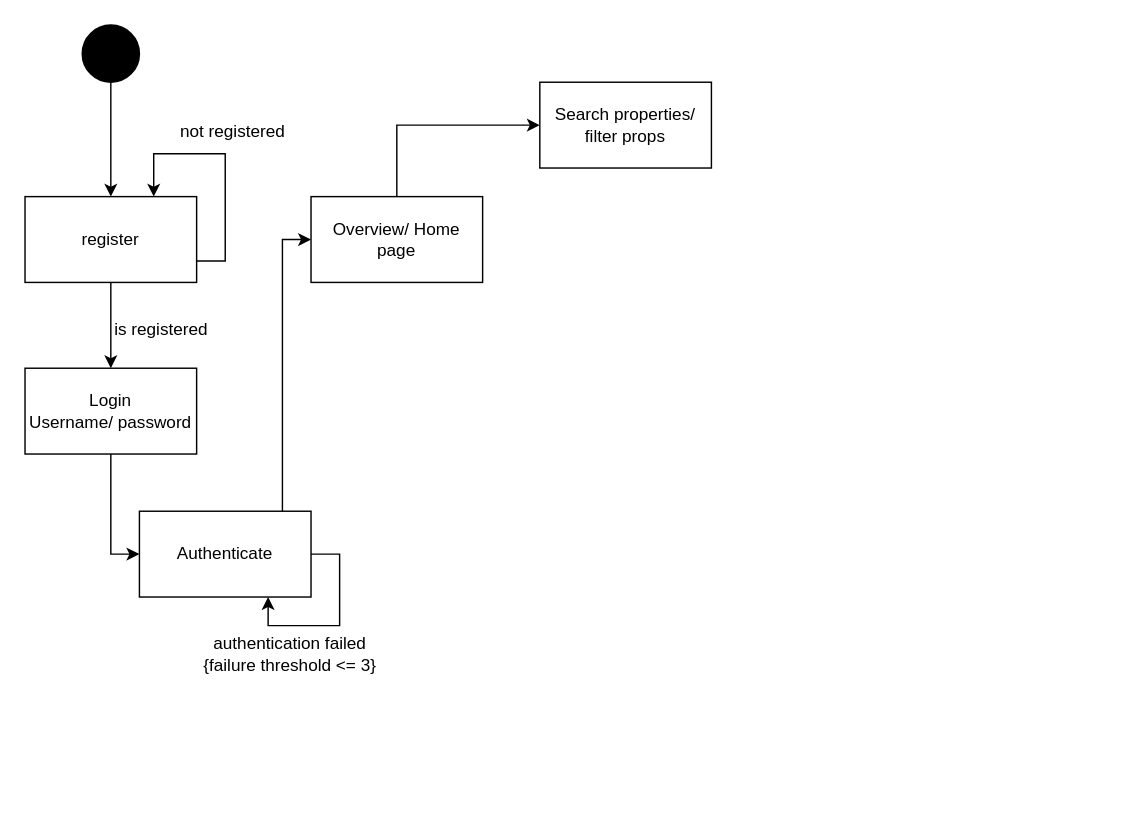
The draw.io diagram State Chart Diagram.drawio in Jainil2004/SEPM, before the edit. Source tidied: cells renumbered, new cells numbered last; positions are measured from the earlier drawing's top-left corner, leaving out a move shared by most shapes. Both pictures are drawn from the tidied source at 143%, with x=0, y=0 at pixel (24, 24).
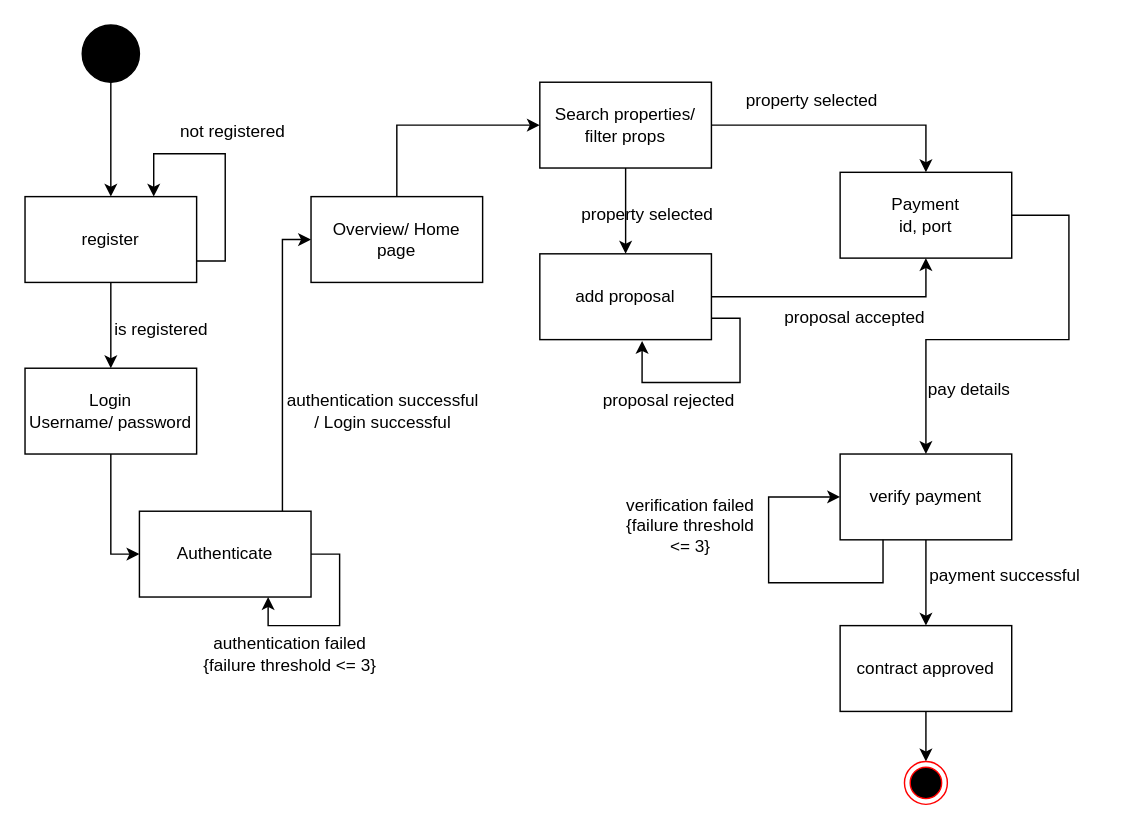
After the change.

The change refers to these unchanged cells:
```xml
<mxCell id="13" value="&lt;div&gt;Search properties/ &lt;br&gt;&lt;/div&gt;&lt;div&gt;filter props&lt;br&gt;&lt;/div&gt;" style="rounded=0;whiteSpace=wrap;html=1;" parent="1" vertex="1">
  <mxGeometry x="360" y="40" width="120" height="60" as="geometry" />
</mxCell>
```

The edit, as a diff of the source:
```diff
@@
+    <mxCell id="18" style="edgeStyle=orthogonalEdgeStyle;rounded=0;jettySize=auto;html=1;entryX=0.5;entryY=0;entryDx=0;entryDy=0;" parent="1" edge="1" source="13" target="22">
+      <mxGeometry relative="1" as="geometry" />
+    </mxCell>
+    <mxCell id="19" style="edgeStyle=orthogonalEdgeStyle;rounded=0;jettySize=auto;html=1;entryX=0.5;entryY=0;entryDx=0;entryDy=0;" parent="1" edge="1" source="13" target="27">
+      <mxGeometry relative="1" as="geometry" />
+    </mxCell>
@@
+    <mxCell id="20" value="&lt;div&gt;authentication successful&lt;/div&gt;&lt;div&gt;/ Login successful&lt;br&gt;&lt;/div&gt;" style="text;html=1;align=center;verticalAlign=middle;strokeColor=none;fillColor=none;" parent="1" vertex="1">
+      <mxGeometry x="170" y="250" width="160" height="40" as="geometry" />
+    </mxCell>
+    <mxCell id="21" style="edgeStyle=orthogonalEdgeStyle;rounded=0;jettySize=auto;html=1;entryX=0.5;entryY=1;entryDx=0;entryDy=0;" parent="1" edge="1" source="22" target="27">
+      <mxGeometry relative="1" as="geometry" />
+    </mxCell>
+    <mxCell id="22" value="add proposal " style="rounded=0;whiteSpace=wrap;html=1;" parent="1" vertex="1">
+      <mxGeometry x="360" y="160" width="120" height="60" as="geometry" />
+    </mxCell>
+    <mxCell id="23" value="property selected" style="text;html=1;align=center;verticalAlign=middle;strokeColor=none;fillColor=none;" parent="1" vertex="1">
+      <mxGeometry x="380" y="118" width="110" height="30" as="geometry" />
+    </mxCell>
+    <mxCell id="24" style="edgeStyle=orthogonalEdgeStyle;rounded=0;orthogonalLoop=1;jettySize=auto;html=1;exitX=1;exitY=0.75;exitDx=0;exitDy=0;entryX=0.596;entryY=1.015;entryDx=0;entryDy=0;entryPerimeter=0;" parent="1" edge="1" source="22" target="22">
+      <mxGeometry relative="1" as="geometry">
+        <Array as="points">
+          <mxPoint x="500" y="205" />
+          <mxPoint x="500" y="250" />
+          <mxPoint x="432" y="250" />
+        </Array>
+      </mxGeometry>
+    </mxCell>
+    <mxCell id="25" value="proposal rejected" style="text;html=1;align=center;verticalAlign=middle;strokeColor=none;fillColor=none;" parent="1" vertex="1">
+      <mxGeometry x="395" y="248" width="110" height="30" as="geometry" />
+    </mxCell>
+    <mxCell id="26" style="edgeStyle=orthogonalEdgeStyle;rounded=0;jettySize=auto;html=1;" parent="1" edge="1" source="27" target="31">
+      <mxGeometry relative="1" as="geometry">
+        <Array as="points">
+          <mxPoint x="730" y="133" />
+          <mxPoint x="730" y="220" />
+          <mxPoint x="630" y="220" />
+        </Array>
+      </mxGeometry>
+    </mxCell>
+    <mxCell id="27" value="&lt;div&gt;Payment&lt;/div&gt;&lt;div&gt;id, port&lt;br&gt;&lt;/div&gt;" style="rounded=0;whiteSpace=wrap;html=1;" parent="1" vertex="1">
+      <mxGeometry x="570" y="103" width="120" height="60" as="geometry" />
+    </mxCell>
+    <mxCell id="28" value="property selected" style="text;html=1;align=center;verticalAlign=middle;strokeColor=none;fillColor=none;" parent="1" vertex="1">
+      <mxGeometry x="495" y="38" width="110" height="30" as="geometry" />
+    </mxCell>
+    <mxCell id="29" value="proposal accepted" style="text;html=1;align=center;verticalAlign=middle;strokeColor=none;fillColor=none;" parent="1" vertex="1">
+      <mxGeometry x="520" y="190" width="120" height="30" as="geometry" />
+    </mxCell>
+    <mxCell id="30" style="edgeStyle=orthogonalEdgeStyle;rounded=0;jettySize=auto;html=1;entryX=0.5;entryY=0;entryDx=0;entryDy=0;" parent="1" edge="1" source="31" target="36">
+      <mxGeometry relative="1" as="geometry" />
+    </mxCell>
+    <mxCell id="31" value="verify payment" style="rounded=0;whiteSpace=wrap;html=1;" parent="1" vertex="1">
+      <mxGeometry x="570" y="300" width="120" height="60" as="geometry" />
+    </mxCell>
+    <mxCell id="32" value="pay details" style="text;html=1;align=center;verticalAlign=middle;strokeColor=none;fillColor=none;" parent="1" vertex="1">
+      <mxGeometry x="620" y="240" width="80" height="30" as="geometry" />
+    </mxCell>
+    <mxCell id="33" style="edgeStyle=orthogonalEdgeStyle;rounded=0;orthogonalLoop=1;jettySize=auto;html=1;exitX=0.25;exitY=1;exitDx=0;exitDy=0;entryX=0;entryY=0.5;entryDx=0;entryDy=0;" parent="1" edge="1" source="31" target="31">
+      <mxGeometry relative="1" as="geometry">
+        <Array as="points">
+          <mxPoint x="600" y="390" />
+          <mxPoint x="520" y="390" />
+          <mxPoint x="520" y="330" />
+        </Array>
+      </mxGeometry>
+    </mxCell>
+    <mxCell id="34" value="&lt;div&gt;verification failed&lt;/div&gt;&lt;div&gt;{failure threshold&lt;/div&gt;&lt;div&gt;&amp;lt;= 3} &lt;br&gt;&lt;/div&gt;" style="text;html=1;align=center;verticalAlign=middle;strokeColor=none;fillColor=none;" parent="1" vertex="1">
+      <mxGeometry x="410" y="320" width="110" height="60" as="geometry" />
+    </mxCell>
+    <mxCell id="35" style="edgeStyle=orthogonalEdgeStyle;rounded=0;jettySize=auto;html=1;entryX=0.5;entryY=0;entryDx=0;entryDy=0;" parent="1" edge="1" source="36" target="38">
+      <mxGeometry relative="1" as="geometry" />
+    </mxCell>
+    <mxCell id="36" value="contract approved" style="rounded=0;whiteSpace=wrap;html=1;" parent="1" vertex="1">
+      <mxGeometry x="570" y="420" width="120" height="60" as="geometry" />
+    </mxCell>
+    <mxCell id="37" value="payment successful" style="text;html=1;align=center;verticalAlign=middle;strokeColor=none;fillColor=none;" parent="1" vertex="1">
+      <mxGeometry x="620" y="370" width="130" height="30" as="geometry" />
+    </mxCell>
+    <mxCell id="38" style="ellipse;html=1;shape=endState;fillColor=#000000;strokeColor=#ff0000;" parent="1" vertex="1">
+      <mxGeometry x="615" y="515" width="30" height="30" as="geometry" />
+    </mxCell>
```
